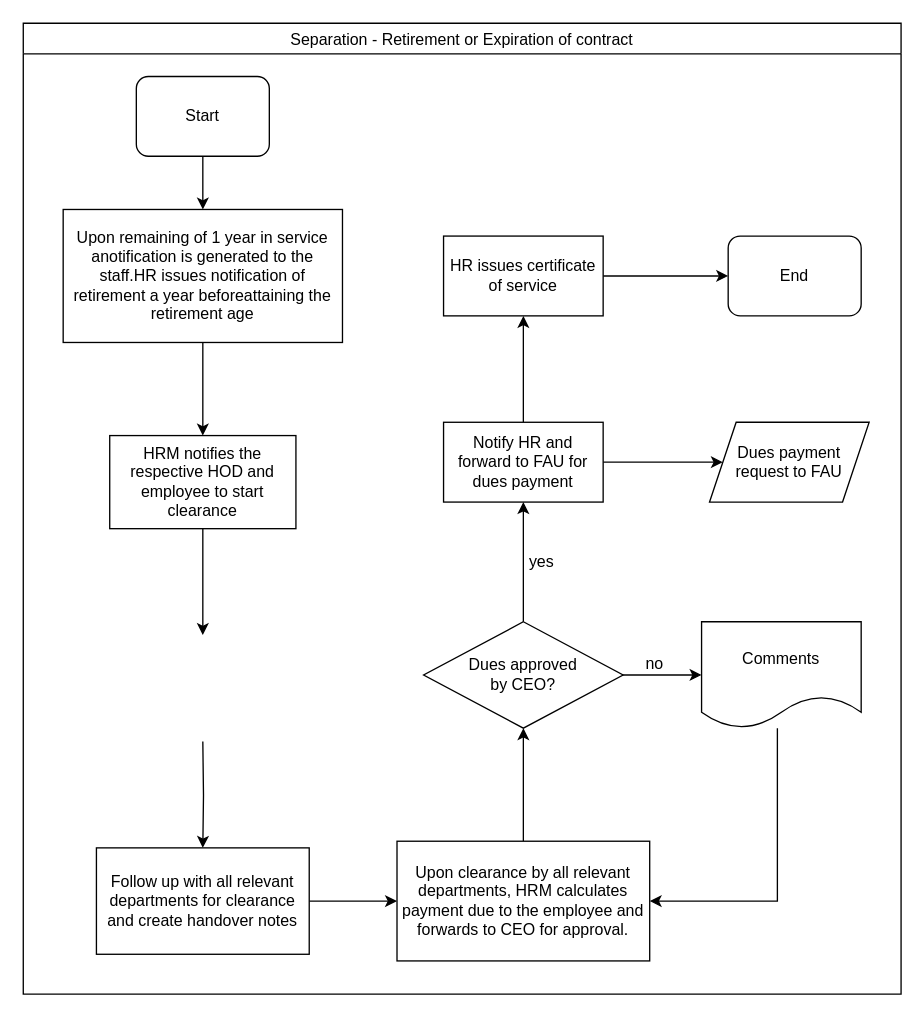
Above: TPF-HR-Separation – Retirement or Expiration of contract.drawio in kmagua/flowcharts (draw.io), before the change. Source tidied: cells renumbered, new cells numbered last; positions are measured from the earlier drawing's top-left corner, leaving out a move shared by most shapes. Both pictures are drawn from the tidied source at 133%, with x=0, y=0 at pixel (23, 23).
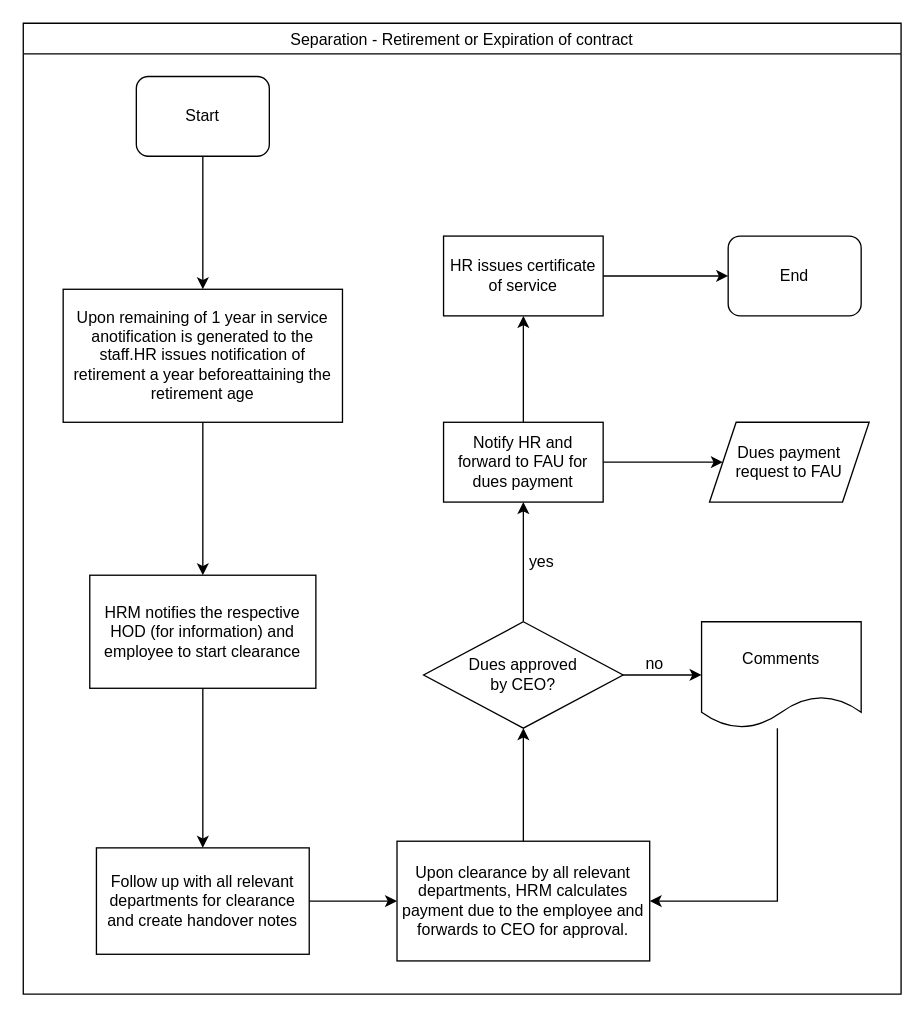
After the change.

Unchanged cells that the change refers to:
```xml
<mxCell id="2" value="Separation - Retirement or Expiration of contract" style="swimlane;fontStyle=0;" parent="1" vertex="1">
  <mxGeometry width="660" height="730" as="geometry" />
</mxCell>
<mxCell id="11" value="&lt;span lang=&quot;EN-GB&quot;&gt;Follow up with all relevant departments for clearance and create handover notes&lt;/span&gt;" style="rounded=0;whiteSpace=wrap;html=1;" parent="2" vertex="1">
  <mxGeometry x="55" y="620" width="160" height="80" as="geometry" />
</mxCell>
```

The edit, as a diff of the source:
```diff
@@
     <mxCell id="5" value="&lt;span lang=&quot;EN-GB&quot;&gt;Upon remaining of 1 year in service anotification is generated to the staff.&lt;span&gt;HR issues notification of retirement a year beforeattaining the retirement age&lt;/span&gt;&lt;/span&gt;" style="rounded=0;whiteSpace=wrap;html=1;" parent="2" vertex="1">
-      <mxGeometry x="30" y="140" width="210" height="100" as="geometry" />
+      <mxGeometry x="30" y="200" width="210" height="100" as="geometry" />
     </mxCell>
@@
-    <mxCell id="7" style="edgeStyle=orthogonalEdgeStyle;rounded=0;jettySize=auto;html=1;" parent="2" edge="1" source="8">
-      <mxGeometry relative="1" as="geometry">
-        <mxPoint x="135" y="460" as="targetPoint" />
-      </mxGeometry>
+    <mxCell id="7" style="edgeStyle=orthogonalEdgeStyle;rounded=0;jettySize=auto;html=1;entryX=0.5;entryY=0;entryDx=0;entryDy=0;" parent="2" edge="1" source="8" target="11">
+      <mxGeometry relative="1" as="geometry" />
     </mxCell>
-    <mxCell id="8" value="&lt;span lang=&quot;EN-GB&quot;&gt;HRM notifies the respective HOD and employee to start clearance&lt;br&gt;&lt;/span&gt;" style="rounded=0;whiteSpace=wrap;html=1;" parent="2" vertex="1">
-      <mxGeometry x="65" y="310" width="140" height="70" as="geometry" />
+    <mxCell id="8" value="&lt;span lang=&quot;EN-GB&quot;&gt;HRM notifies the respective HOD (for information) and employee to start clearance&lt;br&gt;&lt;/span&gt;" style="rounded=0;whiteSpace=wrap;html=1;" parent="2" vertex="1">
+      <mxGeometry x="50" y="415" width="170" height="85" as="geometry" />
     </mxCell>
-    <mxCell id="9" style="edgeStyle=orthogonalEdgeStyle;rounded=0;jettySize=auto;html=1;" parent="2" edge="1" target="11">
-      <mxGeometry relative="1" as="geometry">
-        <mxPoint x="135" y="540" as="sourcePoint" />
-      </mxGeometry>
-    </mxCell>
```
